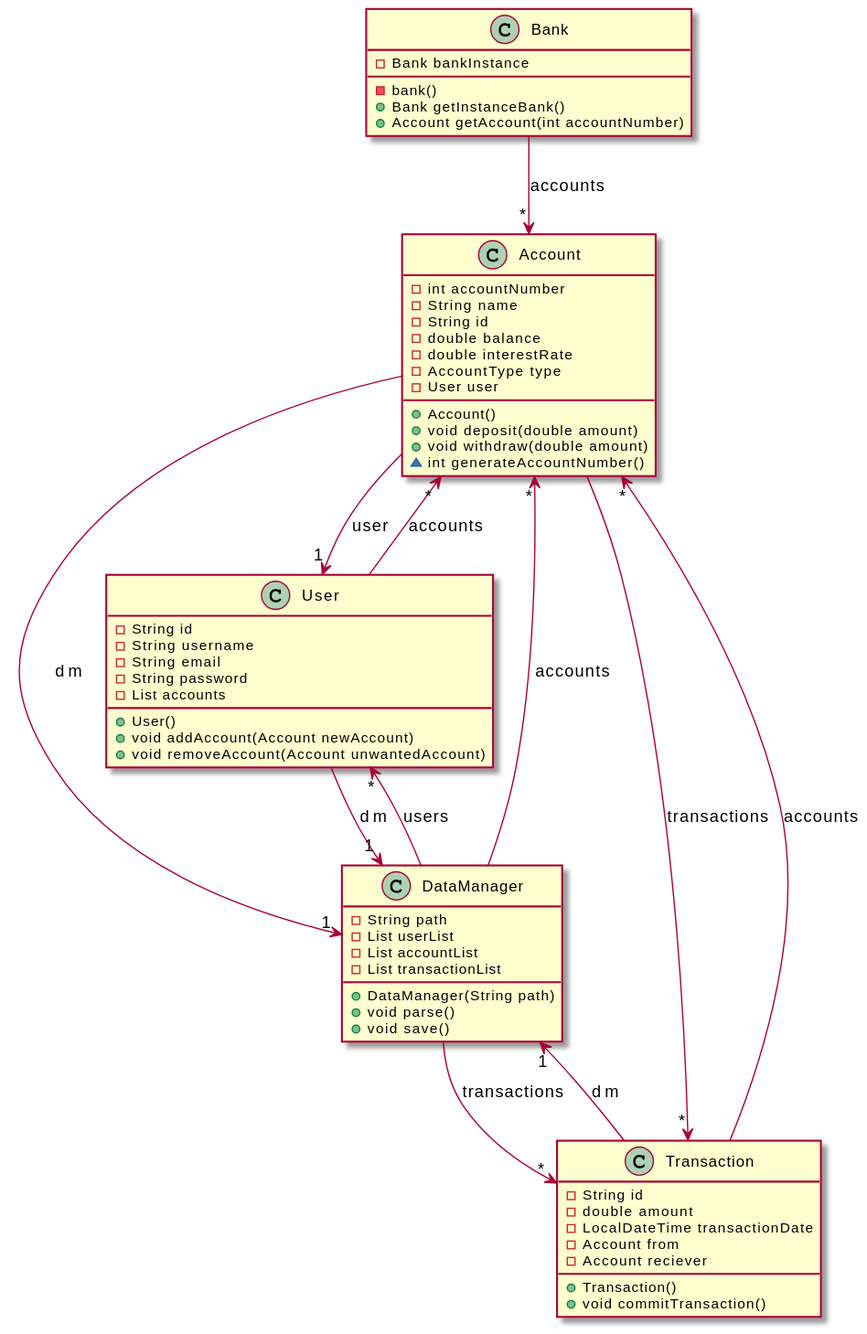
This is diagrammer/KlassediagramMedDM(nytt).svg from eriksalv/marxbank, a PlantUML export, as it was before one commit.
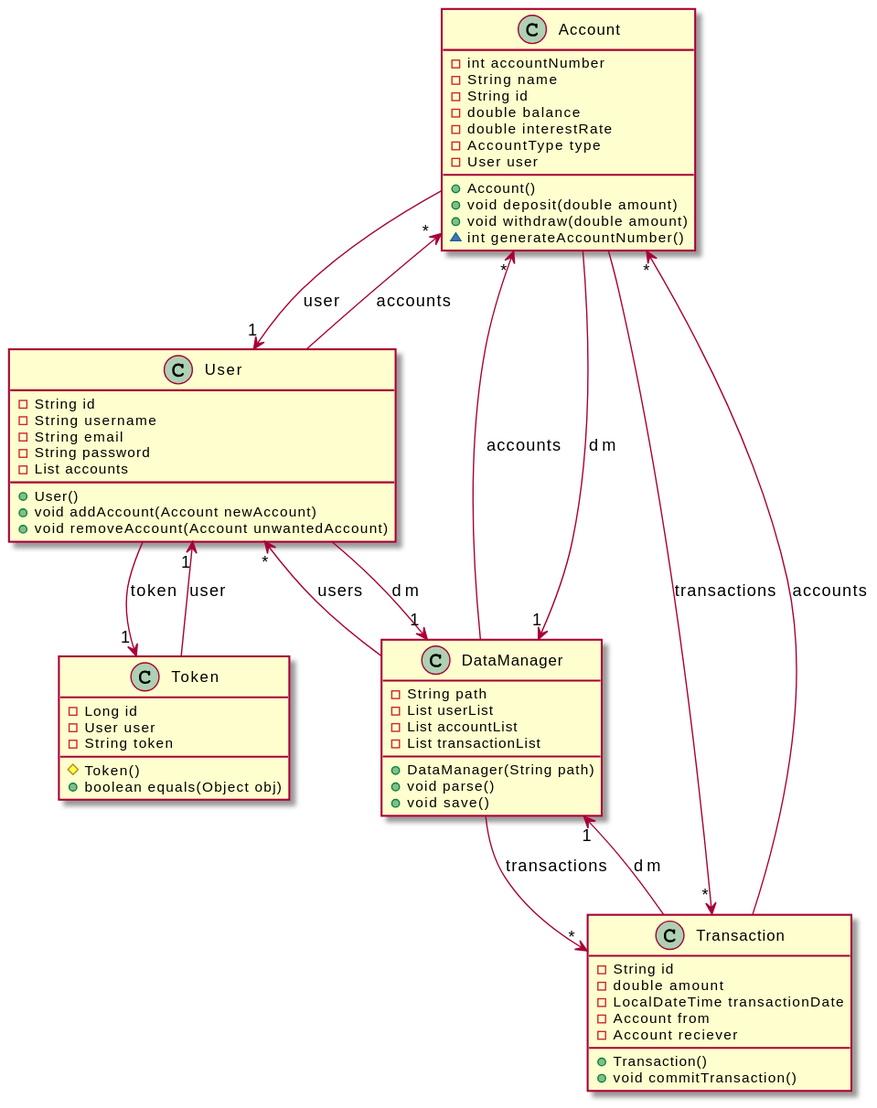
Later version of the same file.

Commit message:
feat(#200): laget nytt klassediagram og slettet noen av de som ikke gjelder lenger

What changed in the source:
```diff
@@ -1,10 +1,4 @@
 @startuml
-class Bank
-Bank : -Bank bankInstance
-Bank : -bank()
-Bank : +Bank getInstanceBank()
-Bank : +Account getAccount(int accountNumber)
-
 class Account
 Account : -int accountNumber
 Account : -String name
@@ -17,6 +11,13 @@
 Account : +void deposit(double amount)
 Account : +void withdraw(double amount)
 Account : ~int generateAccountNumber()
+
+class Token
+Token : -Long id
+Token : -User user
+Token : -String token
+Token : #Token()
+Token : +boolean equals(Object obj)
 
 class User
 User : -String id
@@ -46,7 +47,6 @@
 Transaction : +Transaction()
 Transaction : +void commitTransaction()
 
-Bank --> "*" Account : accounts
 User --> "*" Account : accounts
 Account --> "1" User : user
 Account --> "1" DataManager : dm
@@ -57,4 +57,6 @@
 DataManager --> "*" User : users
 DataManager --> "*" Account : accounts
 DataManager --> "*" Transaction : transactions
+Token --> "1" User : user
+User --> "1" Token : token
 @enduml
```
